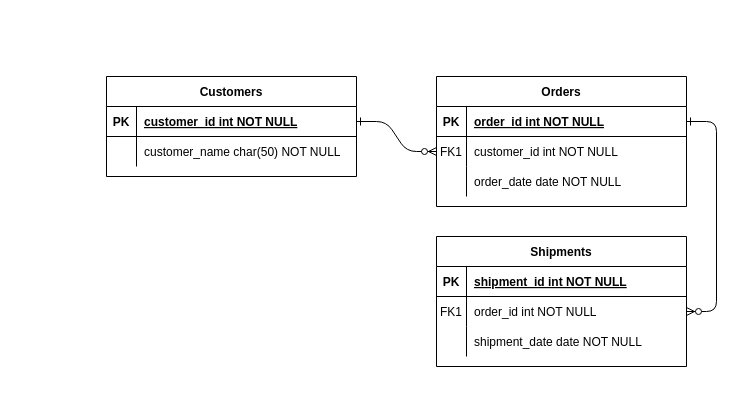
Earlier version of the draw.io diagram UML_edith.drawio (vancenceho/50.001---Information-Systems). Source tidied: cells renumbered, new cells numbered last; positions are measured from the earlier drawing's top-left corner, leaving out a move shared by most shapes. Both pictures are drawn from the tidied source at 100%, with x=0, y=0 at pixel (106, 76).
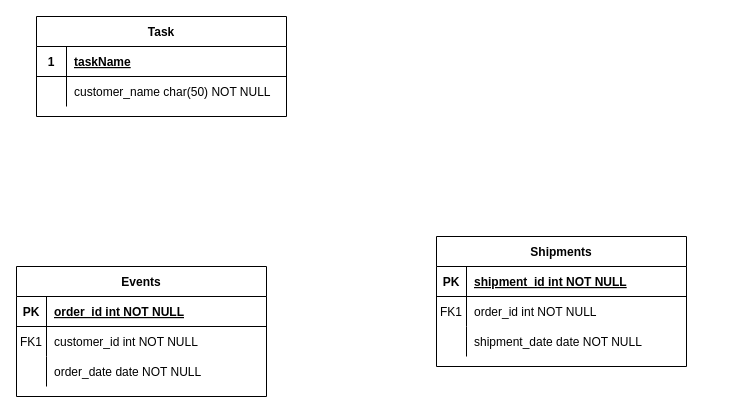
After the change.

The change refers to these unchanged cells:
```xml
<mxCell id="5" style="shape=partialRectangle;fillColor=none;points=[[0,0.5],[1,0.5]];portConstraint=eastwest;top=0;left=0;right=0;bottom=1;" parent="4" vertex="1">
  <mxGeometry y="30" width="250" height="30" as="geometry" />
</mxCell>
<mxCell id="8" style="shape=partialRectangle;fillColor=none;points=[[0,0.5],[1,0.5]];portConstraint=eastwest;top=0;left=0;right=0;bottom=0;" parent="4" vertex="1">
  <mxGeometry y="60" width="250" height="30" as="geometry" />
</mxCell>
<mxCell id="18" style="shape=partialRectangle;fillColor=none;points=[[0,0.5],[1,0.5]];portConstraint=eastwest;top=0;left=0;right=0;bottom=0;" parent="14" vertex="1">
  <mxGeometry y="60" width="250" height="30" as="geometry" />
</mxCell>
<mxCell id="25" style="shape=partialRectangle;fillColor=none;points=[[0,0.5],[1,0.5]];portConstraint=eastwest;top=0;left=0;right=0;bottom=1;" parent="24" vertex="1">
  <mxGeometry y="30" width="250" height="30" as="geometry" />
</mxCell>
```

Diff of the diagram source:
```diff
@@
-    <mxCell id="2" style="edgeStyle=entityRelationEdgeStyle;endArrow=ERzeroToMany;startArrow=ERone;endFill=1;startFill=0;" parent="1" edge="1" source="25" target="8">
-      <mxGeometry relative="1" as="geometry" />
-    </mxCell>
-    <mxCell id="3" style="edgeStyle=entityRelationEdgeStyle;endArrow=ERzeroToMany;startArrow=ERone;endFill=1;startFill=0;" parent="1" edge="1" source="5" target="18">
-      <mxGeometry relative="1" as="geometry" />
-    </mxCell>
-    <mxCell id="4" value="Orders" style="shape=table;startSize=30;childLayout=tableLayout;rowLines=0;fontStyle=1;align=center;" parent="1" vertex="1">
-      <mxGeometry x="330" width="250" height="130" as="geometry" />
+    <mxCell id="4" value="Events" style="shape=table;startSize=30;childLayout=tableLayout;rowLines=0;fontStyle=1;align=center;" parent="1" vertex="1">
+      <mxGeometry x="-90" y="190" width="250" height="130" as="geometry" />
     </mxCell>
@@
-    <mxCell id="24" value="Customers" style="shape=table;startSize=30;childLayout=tableLayout;rowLines=0;fontStyle=1;align=center;" parent="1" vertex="1">
-      <mxGeometry width="250" height="100" as="geometry" />
+    <mxCell id="24" value="Task" style="shape=table;startSize=30;childLayout=tableLayout;rowLines=0;fontStyle=1;align=center;" parent="1" vertex="1">
+      <mxGeometry x="-70" y="-60" width="250" height="100" as="geometry" />
     </mxCell>
@@
-    <mxCell id="26" value="PK" style="shape=partialRectangle;overflow=hidden;fillColor=none;top=0;left=0;bottom=0;right=0;fontStyle=1;" parent="25" vertex="1">
+    <mxCell id="26" value="1" style="shape=partialRectangle;overflow=hidden;fillColor=none;top=0;left=0;bottom=0;right=0;fontStyle=1;" parent="25" vertex="1">
       <mxGeometry width="30" height="30" as="geometry" />
     </mxCell>
-    <mxCell id="27" value="customer_id int NOT NULL " style="shape=partialRectangle;overflow=hidden;fillColor=none;top=0;left=0;bottom=0;right=0;align=left;spacingLeft=6;fontStyle=5;" parent="25" vertex="1">
+    <mxCell id="27" value="taskName" style="shape=partialRectangle;overflow=hidden;fillColor=none;top=0;left=0;bottom=0;right=0;align=left;spacingLeft=6;fontStyle=5;" parent="25" vertex="1">
       <mxGeometry x="30" width="220" height="30" as="geometry" />
     </mxCell>
```
